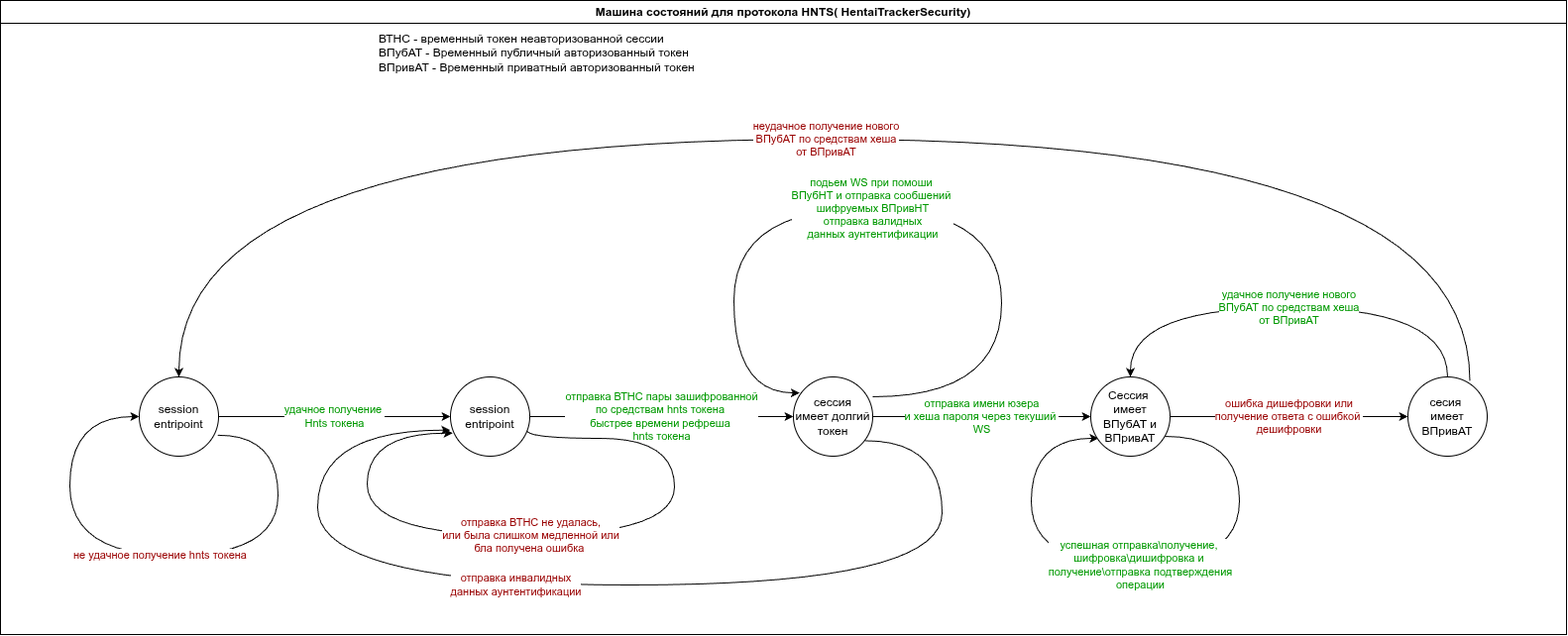
The draw.io diagram doc/Машина состояний для протокола HNTS.png in BlucherSKK/HentaiTraker, before a commit. Source tidied: cells renumbered, new cells last; positions are measured from the earlier drawing's top-left corner, leaving out a move shared by most shapes.
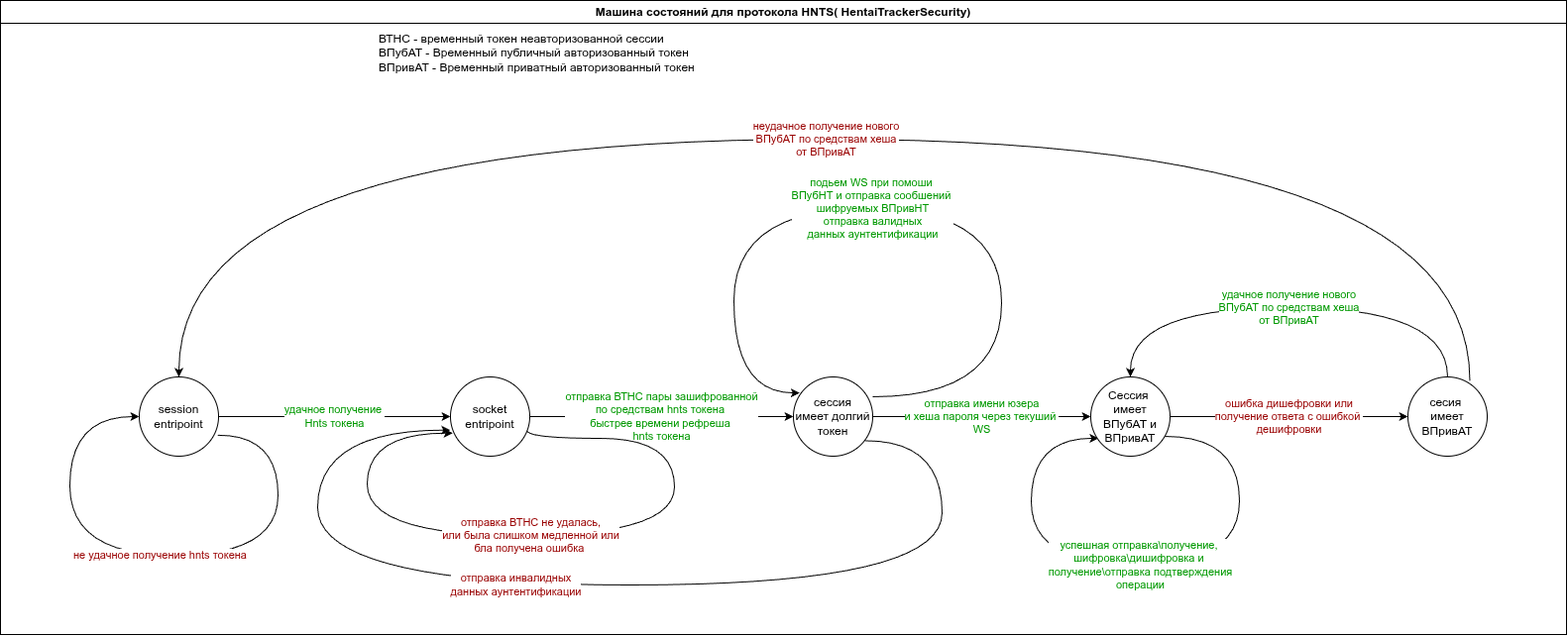
After the change.

Diff of the diagram source:
```diff
@@ -22,7 +22,7 @@
         </Array>
       </mxGeometry>
     </mxCell>
-    <mxCell id="6" value="session&lt;br&gt;entripoint" style="ellipse;whiteSpace=wrap;html=1;" parent="3" vertex="1">
+    <mxCell id="6" value="socket&lt;br&gt;entripoint" style="ellipse;whiteSpace=wrap;html=1;" parent="3" vertex="1">
       <mxGeometry x="454" y="380" width="80" height="80" as="geometry" />
     </mxCell>
     <mxCell id="7" value="подьем WS при помоши&amp;nbsp;&lt;br&gt;ВПубНТ и отправка сообшений&amp;nbsp;&lt;br&gt;шифруемых ВПривНТ&lt;br&gt;отправка валидных&lt;br&gt;данных аунтентификации" style="edgeStyle=orthogonalEdgeStyle;rounded=0;jettySize=auto;html=1;fontColor=#009900;curved=1;entryX=0.079;entryY=0.201;entryDx=0;entryDy=0;entryPerimeter=0;" parent="3" edge="1" target="10">
```
